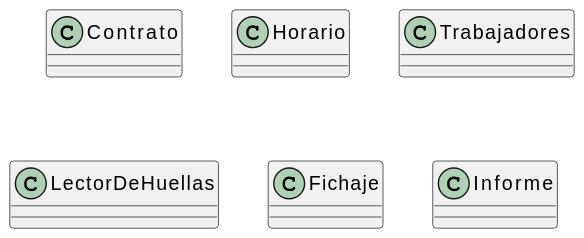
Before: imagenes/modelosUML/modeloDelDominio/md001.svg, a diagram exported from PlantUML (mmasias/23-24-IdSw1-SDR). Source of this version:
```plantuml
@startuml
class Contrato {

}

class Horario {

}

class Trabajadores {

}

class LectorDeHuellas {

}

class Fichaje {

}

class Informe {

}
@enduml
```
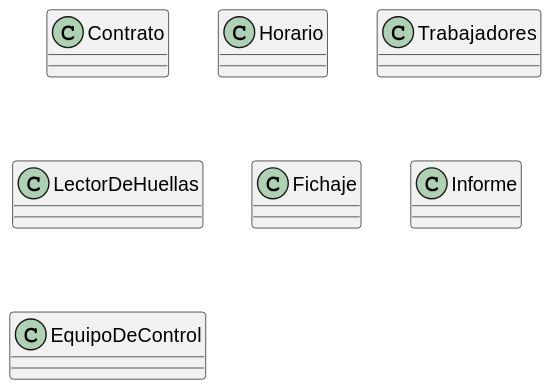
Later version of the same file.

Diff of the diagram source:
```diff
@@ -1,4 +1,5 @@
 @startuml
+
 class Contrato {
 
 }
@@ -22,4 +23,9 @@
 class Informe {
 
 }
+
+class EquipoDeControl {
+
+}
+
 @enduml
```
